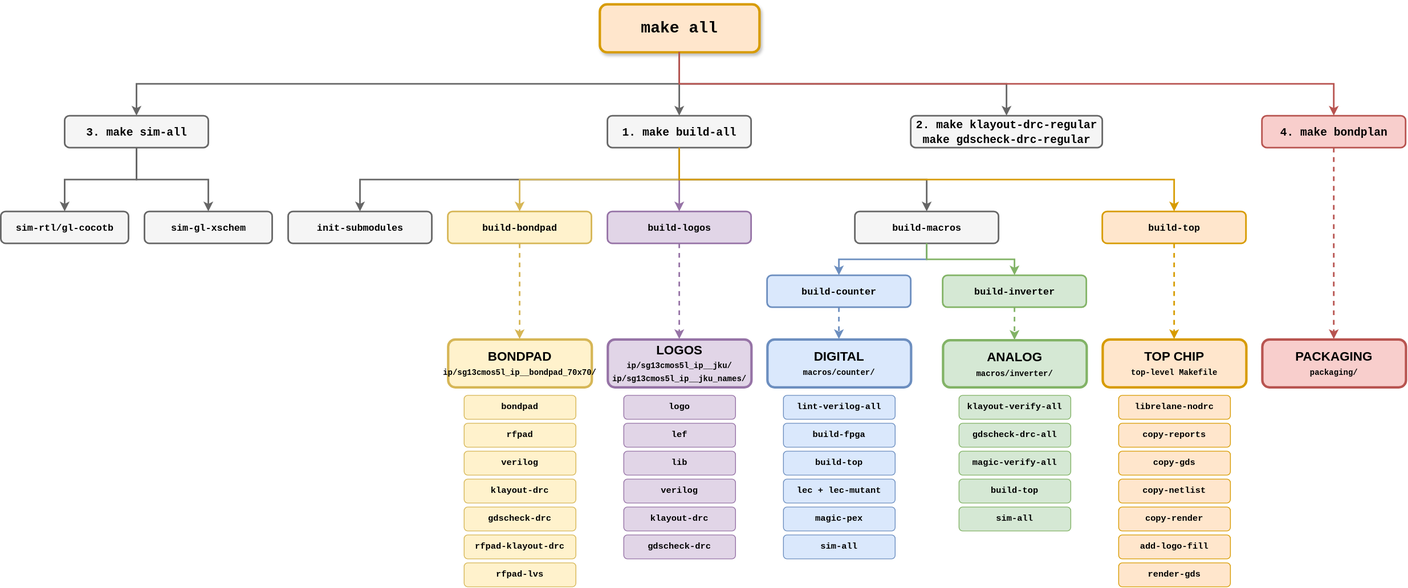
Before: tutorial/fig/targets_overview/targets_overview.svg, a diagram exported from draw.io (iic-jku/ihp-sg13cmos5l-ams-chip-template). Source tidied: cells renumbered, new cells last; positions are measured from the earlier drawing's top-left corner, leaving out a move shared by most shapes.
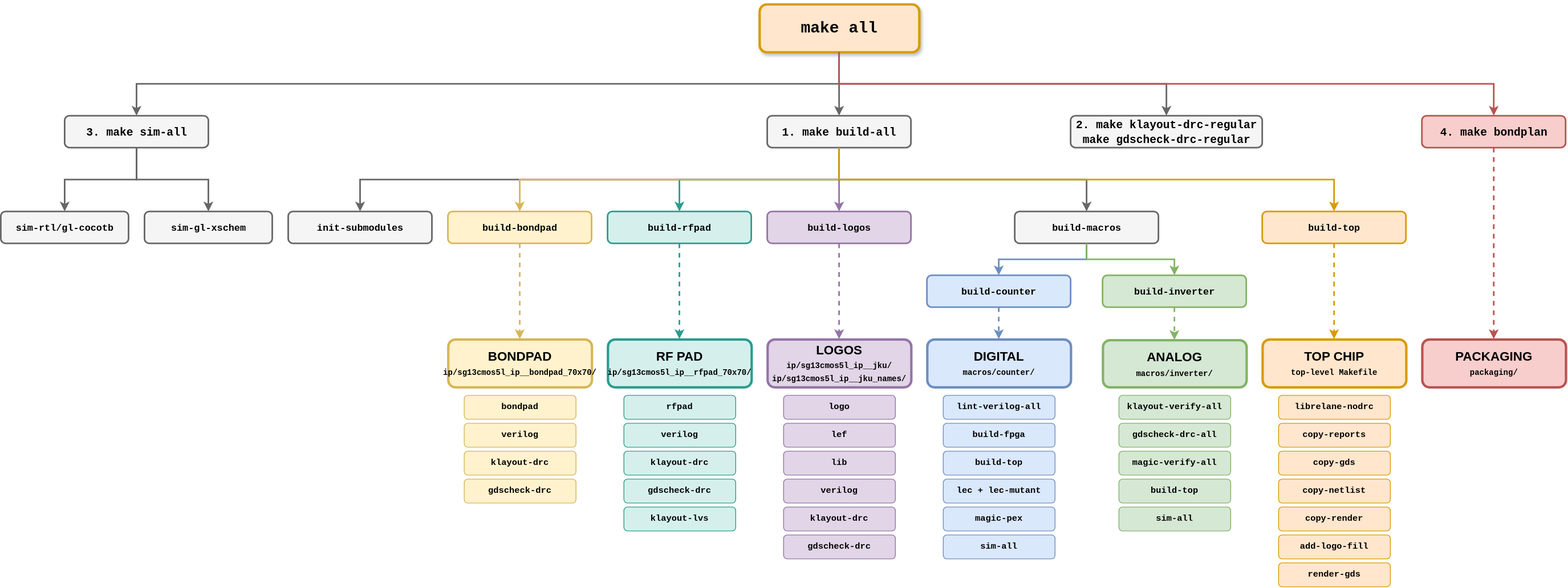
After the commit.

The edit, as a diff of the source:
```diff
@@ -6,7 +6,7 @@
       <mxGeometry x="750" width="200" height="60" as="geometry" />
     </mxCell>
     <mxCell id="3" value="&lt;font face=&quot;Courier New&quot;&gt;&lt;b&gt;3. make sim-all&lt;/b&gt;&lt;/font&gt;" style="rounded=1;whiteSpace=wrap;html=1;fontSize=14;fillColor=#f5f5f5;strokeColor=#666666;strokeWidth=2;fontStyle=1;verticalAlign=middle;sketch=0;" parent="1" vertex="1">
-      <mxGeometry x="80" y="140" width="180" height="40" as="geometry" />
+      <mxGeometry x="-120" y="140" width="180" height="40" as="geometry" />
     </mxCell>
     <mxCell id="4" value="&lt;font face=&quot;Courier New&quot;&gt;&lt;b&gt;1. make build-all&lt;/b&gt;&lt;/font&gt;" style="rounded=1;whiteSpace=wrap;html=1;fontSize=14;fillColor=#f5f5f5;strokeColor=#666666;strokeWidth=2;fontStyle=1;verticalAlign=middle;sketch=0;" parent="1" vertex="1">
       <mxGeometry x="760" y="140" width="180" height="40" as="geometry" />
@@ -15,17 +15,44 @@
       <mxGeometry x="1140" y="140" width="240" height="40" as="geometry" />
     </mxCell>
     <mxCell id="6" value="&lt;font face=&quot;Courier New&quot; style=&quot;font-size: 12px;&quot;&gt;&lt;b&gt;sim-rtl/gl-cocotb&lt;/b&gt;&lt;/font&gt;" style="rounded=1;whiteSpace=wrap;html=1;fontSize=12;fillColor=#f5f5f5;strokeColor=#666666;strokeWidth=2;fontStyle=1;verticalAlign=middle;sketch=0;" parent="1" vertex="1">
-      <mxGeometry y="260" width="160" height="40" as="geometry" />
+      <mxGeometry x="-200" y="260" width="160" height="40" as="geometry" />
     </mxCell>
     <mxCell id="7" value="&lt;font face=&quot;Courier New&quot; style=&quot;font-size: 12px;&quot;&gt;&lt;b&gt;sim-gl-xschem&lt;/b&gt;&lt;/font&gt;" style="rounded=1;whiteSpace=wrap;html=1;fontSize=12;fillColor=#f5f5f5;strokeColor=#666666;strokeWidth=2;fontStyle=1;verticalAlign=middle;sketch=0;" parent="1" vertex="1">
-      <mxGeometry x="180" y="260" width="160" height="40" as="geometry" />
+      <mxGeometry x="-20" y="260" width="160" height="40" as="geometry" />
     </mxCell>
     <mxCell id="8" value="&lt;font face=&quot;Courier New&quot; style=&quot;font-size: 12px;&quot;&gt;&lt;b&gt;init-submodules&lt;/b&gt;&lt;/font&gt;" style="rounded=1;whiteSpace=wrap;html=1;fontSize=12;fillColor=#f5f5f5;strokeColor=#666666;strokeWidth=2;fontStyle=1;verticalAlign=middle;sketch=0;" parent="1" vertex="1">
-      <mxGeometry x="360" y="260" width="180" height="40" as="geometry" />
+      <mxGeometry x="160" y="260" width="180" height="40" as="geometry" />
     </mxCell>
     <mxCell id="9" value="&lt;font face=&quot;Courier New&quot; style=&quot;font-size: 12px;&quot;&gt;&lt;b&gt;build-bondpad&lt;/b&gt;&lt;/font&gt;" style="rounded=1;whiteSpace=wrap;html=1;fontSize=12;fillColor=#fff2cc;strokeColor=#d6b656;strokeWidth=2;fontStyle=1;verticalAlign=middle;sketch=0;" parent="1" vertex="1">
-      <mxGeometry x="560" y="260" width="180" height="40" as="geometry" />
+      <mxGeometry x="360" y="260" width="180" height="40" as="geometry" />
     </mxCell>
+    <mxCell id="72" value="&lt;font face=&quot;Courier New&quot; style=&quot;font-size: 12px;&quot;&gt;&lt;b&gt;build-rfpad&lt;/b&gt;&lt;/font&gt;" style="rounded=1;whiteSpace=wrap;html=1;fontSize=12;fillColor=#d5f0ec;strokeColor=#2a9d8f;strokeWidth=2;fontStyle=1;verticalAlign=middle;sketch=0;" parent="1" vertex="1">
+      <mxGeometry x="560" y="260" width="180" height="40" as="geometry" />
+    </mxCell>
+    <mxCell id="73" value="&lt;b style=&quot;font-size: 16px;&quot;&gt;RF PAD&lt;/b&gt;&lt;br&gt;&lt;font style=&quot;font-size: 10px;font-family: Courier New;&quot;&gt;ip/sg13cmos5l_ip__rfpad_70x70/&lt;/font&gt;" style="rounded=1;whiteSpace=wrap;html=1;fontSize=14;fillColor=#d5f0ec;strokeColor=#2a9d8f;strokeWidth=3;fontStyle=1;verticalAlign=middle;sketch=0;" parent="1" vertex="1">
+      <mxGeometry x="560" y="420" width="180" height="60" as="geometry" />
+    </mxCell>
+    <mxCell id="23" value="&lt;font face=&quot;Courier New&quot; style=&quot;font-size: 11px;&quot;&gt;&lt;b&gt;rfpad&lt;/b&gt;&lt;/font&gt;" style="rounded=1;whiteSpace=wrap;html=1;fontSize=11;fillColor=#d5f0ec;strokeColor=#2a9d8f;strokeWidth=1;fontStyle=0;verticalAlign=middle;sketch=0;" parent="1" vertex="1">
+      <mxGeometry x="580" y="490" width="140" height="30" as="geometry" />
+    </mxCell>
+    <mxCell id="74" value="&lt;font face=&quot;Courier New&quot; style=&quot;font-size: 11px;&quot;&gt;&lt;b&gt;verilog&lt;/b&gt;&lt;/font&gt;" style="rounded=1;whiteSpace=wrap;html=1;fontSize=11;fillColor=#d5f0ec;strokeColor=#2a9d8f;strokeWidth=1;fontStyle=0;verticalAlign=middle;sketch=0;" parent="1" vertex="1">
+      <mxGeometry x="580" y="525" width="140" height="30" as="geometry" />
+    </mxCell>
+    <mxCell id="75" value="&lt;font face=&quot;Courier New&quot; style=&quot;font-size: 11px;&quot;&gt;&lt;b&gt;klayout-drc&lt;/b&gt;&lt;/font&gt;" style="rounded=1;whiteSpace=wrap;html=1;fontSize=11;fillColor=#d5f0ec;strokeColor=#2a9d8f;strokeWidth=1;fontStyle=0;verticalAlign=middle;sketch=0;" parent="1" vertex="1">
+      <mxGeometry x="580" y="560" width="140" height="30" as="geometry" />
+    </mxCell>
+    <mxCell id="76" value="&lt;font face=&quot;Courier New&quot; style=&quot;font-size: 11px;&quot;&gt;&lt;b&gt;gdscheck-drc&lt;/b&gt;&lt;/font&gt;" style="rounded=1;whiteSpace=wrap;html=1;fontSize=11;fillColor=#d5f0ec;strokeColor=#2a9d8f;strokeWidth=1;fontStyle=0;verticalAlign=middle;sketch=0;" parent="1" vertex="1">
+      <mxGeometry x="580" y="595" width="140" height="30" as="geometry" />
+    </mxCell>
+    <mxCell id="77" value="&lt;font face=&quot;Courier New&quot; style=&quot;font-size: 11px;&quot;&gt;&lt;b&gt;klayout-lvs&lt;/b&gt;&lt;/font&gt;" style="rounded=1;whiteSpace=wrap;html=1;fontSize=11;fillColor=#d5f0ec;strokeColor=#2a9d8f;strokeWidth=1;fontStyle=0;verticalAlign=middle;sketch=0;" parent="1" vertex="1">
+      <mxGeometry x="580" y="630" width="140" height="30" as="geometry" />
+    </mxCell>
+    <mxCell id="78" style="edgeStyle=orthogonalEdgeStyle;rounded=0;jettySize=auto;html=1;exitX=0.5;exitY=1;exitDx=0;exitDy=0;entryX=0.5;entryY=0;entryDx=0;entryDy=0;strokeColor=#2a9d8f;strokeWidth=2;endArrow=classic;endFill=1;" parent="1" edge="1" source="4" target="72">
+      <mxGeometry relative="1" as="geometry" />
+    </mxCell>
+    <mxCell id="79" style="edgeStyle=orthogonalEdgeStyle;rounded=0;jettySize=auto;html=1;exitX=0.5;exitY=1;exitDx=0;exitDy=0;entryX=0.5;entryY=0;entryDx=0;entryDy=0;strokeColor=#2a9d8f;strokeWidth=2;dashed=1;endArrow=classic;endFill=1;" parent="1" edge="1" source="72" target="73">
+      <mxGeometry relative="1" as="geometry" />
+    </mxCell>
     <mxCell id="10" value="&lt;font face=&quot;Courier New&quot; style=&quot;font-size: 12px;&quot;&gt;&lt;b&gt;build-logos&lt;/b&gt;&lt;/font&gt;" style="rounded=1;whiteSpace=wrap;html=1;fontSize=12;fillColor=#e1d5e7;strokeColor=#9673a6;strokeWidth=2;fontStyle=1;verticalAlign=middle;sketch=0;" parent="1" vertex="1">
       <mxGeometry x="760" y="260" width="180" height="40" as="geometry" />
     </mxCell>
@@ -48,7 +75,7 @@
       <mxGeometry x="1580" y="420" width="180" height="60" as="geometry" />
     </mxCell>
     <mxCell id="17" value="&lt;b style=&quot;font-size: 16px;&quot;&gt;BONDPAD&lt;/b&gt;&lt;br&gt;&lt;font style=&quot;font-size: 10px;font-family: Courier New;&quot;&gt;ip/sg13cmos5l_ip__bondpad_70x70/&lt;/font&gt;" style="rounded=1;whiteSpace=wrap;html=1;fontSize=14;fillColor=#fff2cc;strokeColor=#d6b656;strokeWidth=3;fontStyle=1;verticalAlign=middle;sketch=0;" parent="1" vertex="1">
-      <mxGeometry x="560" y="420" width="180" height="60" as="geometry" />
+      <mxGeometry x="360" y="420" width="180" height="60" as="geometry" />
     </mxCell>
     <mxCell id="18" value="&lt;b style=&quot;font-size: 16px;&quot;&gt;LOGOS&lt;/b&gt;&lt;br&gt;&lt;font style=&quot;font-size: 10px;font-family: Courier New;&quot;&gt;ip/sg13cmos5l_ip__jku/&lt;br&gt;ip/sg13cmos5l_ip__jku_names/&lt;/font&gt;" style="rounded=1;whiteSpace=wrap;html=1;fontSize=14;fillColor=#e1d5e7;strokeColor=#9673a6;strokeWidth=3;fontStyle=1;verticalAlign=middle;sketch=0;" parent="1" vertex="1">
       <mxGeometry x="760" y="420" width="180" height="60" as="geometry" />
@@ -63,26 +90,17 @@
       <mxGeometry x="1380" y="420" width="180" height="60" as="geometry" />
     </mxCell>
     <mxCell id="22" value="&lt;font face=&quot;Courier New&quot; style=&quot;font-size: 11px;&quot;&gt;&lt;b&gt;bondpad&lt;/b&gt;&lt;/font&gt;" style="rounded=1;whiteSpace=wrap;html=1;fontSize=11;fillColor=#fff2cc;strokeColor=#d6b656;strokeWidth=1;fontStyle=0;verticalAlign=middle;sketch=0;" parent="1" vertex="1">
-      <mxGeometry x="580" y="490" width="140" height="30" as="geometry" />
+      <mxGeometry x="380" y="490" width="140" height="30" as="geometry" />
     </mxCell>
-    <mxCell id="23" value="&lt;font face=&quot;Courier New&quot; style=&quot;font-size: 11px;&quot;&gt;&lt;b&gt;rfpad&lt;/b&gt;&lt;/font&gt;" style="rounded=1;whiteSpace=wrap;html=1;fontSize=11;fillColor=#fff2cc;strokeColor=#d6b656;strokeWidth=1;fontStyle=0;verticalAlign=middle;sketch=0;" parent="1" vertex="1">
-      <mxGeometry x="580" y="525" width="140" height="30" as="geometry" />
-    </mxCell>
     <mxCell id="24" value="&lt;font face=&quot;Courier New&quot; style=&quot;font-size: 11px;&quot;&gt;&lt;b&gt;verilog&lt;/b&gt;&lt;/font&gt;" style="rounded=1;whiteSpace=wrap;html=1;fontSize=11;fillColor=#fff2cc;strokeColor=#d6b656;strokeWidth=1;fontStyle=0;verticalAlign=middle;sketch=0;" parent="1" vertex="1">
-      <mxGeometry x="580" y="560" width="140" height="30" as="geometry" />
+      <mxGeometry x="380" y="525" width="140" height="30" as="geometry" />
     </mxCell>
     <mxCell id="25" value="&lt;font face=&quot;Courier New&quot; style=&quot;font-size: 11px;&quot;&gt;&lt;b&gt;klayout-drc&lt;/b&gt;&lt;/font&gt;" style="rounded=1;whiteSpace=wrap;html=1;fontSize=11;fillColor=#fff2cc;strokeColor=#d6b656;strokeWidth=1;fontStyle=0;verticalAlign=middle;sketch=0;" parent="1" vertex="1">
-      <mxGeometry x="580" y="595" width="140" height="30" as="geometry" />
+      <mxGeometry x="380" y="560" width="140" height="30" as="geometry" />
     </mxCell>
     <mxCell id="26" value="&lt;font face=&quot;Courier New&quot; style=&quot;font-size: 11px;&quot;&gt;&lt;b&gt;gdscheck-drc&lt;/b&gt;&lt;/font&gt;" style="rounded=1;whiteSpace=wrap;html=1;fontSize=11;fillColor=#fff2cc;strokeColor=#d6b656;strokeWidth=1;fontStyle=0;verticalAlign=middle;sketch=0;" parent="1" vertex="1">
-      <mxGeometry x="580" y="630" width="140" height="30" as="geometry" />
+      <mxGeometry x="380" y="595" width="140" height="30" as="geometry" />
     </mxCell>
-    <mxCell id="27" value="&lt;font face=&quot;Courier New&quot; style=&quot;font-size: 11px;&quot;&gt;&lt;b&gt;rfpad-klayout-drc&lt;/b&gt;&lt;/font&gt;" style="rounded=1;whiteSpace=wrap;html=1;fontSize=11;fillColor=#fff2cc;strokeColor=#d6b656;strokeWidth=1;fontStyle=0;verticalAlign=middle;sketch=0;" parent="1" vertex="1">
-      <mxGeometry x="580" y="665" width="140" height="30" as="geometry" />
-    </mxCell>
-    <mxCell id="28" value="&lt;font face=&quot;Courier New&quot; style=&quot;font-size: 11px;&quot;&gt;&lt;b&gt;rfpad-lvs&lt;/b&gt;&lt;/font&gt;" style="rounded=1;whiteSpace=wrap;html=1;fontSize=11;fillColor=#fff2cc;strokeColor=#d6b656;strokeWidth=1;fontStyle=0;verticalAlign=middle;sketch=0;" parent="1" vertex="1">
-      <mxGeometry x="580" y="700" width="140" height="30" as="geometry" />
-    </mxCell>
     <mxCell id="29" value="&lt;font face=&quot;Courier New&quot; style=&quot;font-size: 11px;&quot;&gt;&lt;b&gt;logo&lt;/b&gt;&lt;/font&gt;" style="rounded=1;whiteSpace=wrap;html=1;fontSize=11;fillColor=#e1d5e7;strokeColor=#9673a6;strokeWidth=1;fontStyle=0;verticalAlign=middle;sketch=0;" parent="1" vertex="1">
       <mxGeometry x="780" y="490" width="140" height="30" as="geometry" />
     </mxCell>
@@ -159,7 +177,7 @@
       <mxGeometry relative="1" as="geometry">
         <Array as="points">
           <mxPoint x="1020" y="100" />
-          <mxPoint x="250" y="100" />
+          <mxPoint x="50" y="100" />
         </Array>
       </mxGeometry>
     </mxCell>
```
